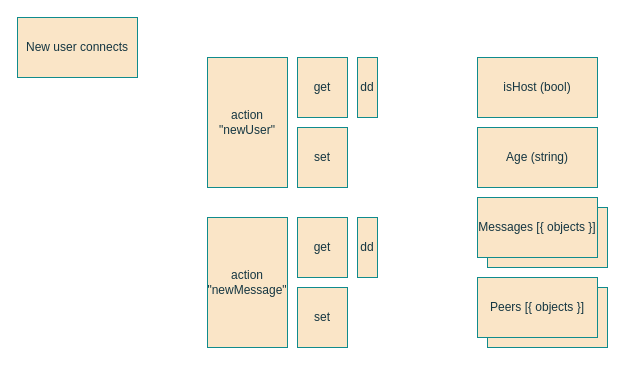
Above: dev/AstroChat.drawio in StinkyDubeau/dubeau-dot-org (draw.io), before the change. Source tidied: cells renumbered, new cells numbered last; positions are measured from the earlier drawing's top-left corner, leaving out a move shared by most shapes. Both pictures are drawn from the tidied source at 100%, with x=0, y=0 at pixel (17, 17).
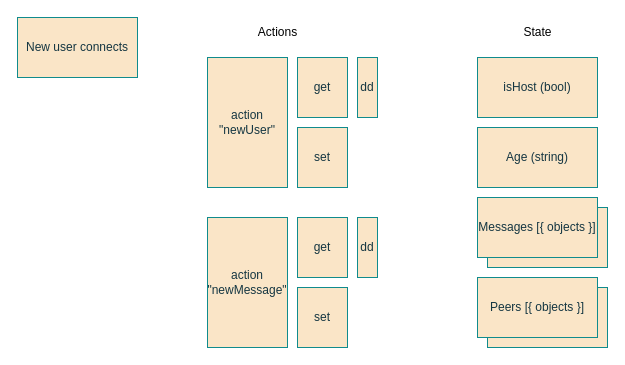
The same page after the edit.

Commit message (it also covers changes not shown here):
Define actions and state in drawio diagram and match in comments on chat.jsx

Diff of the diagram source:
```diff
@@
 <mxGraphModel>
   <root>
     <mxCell id="0" />
     <mxCell id="1" parent="0" />
     <mxCell id="2" value="&lt;div&gt;New user connects&lt;/div&gt;" style="whiteSpace=wrap;html=1;labelBackgroundColor=none;fillColor=#FAE5C7;strokeColor=#0F8B8D;fontColor=#143642;" parent="1" vertex="1">
       <mxGeometry width="120" height="60" as="geometry" />
     </mxCell>
     <mxCell id="3" value="Age (string)" style="whiteSpace=wrap;html=1;labelBackgroundColor=none;fillColor=#FAE5C7;strokeColor=#0F8B8D;fontColor=#143642;" parent="1" vertex="1">
       <mxGeometry x="460" y="110" width="120" height="60" as="geometry" />
     </mxCell>
     <mxCell id="4" style="whiteSpace=wrap;html=1;labelBackgroundColor=none;fillColor=#FAE5C7;strokeColor=#0F8B8D;fontColor=#143642;" parent="1" vertex="1">
       <mxGeometry x="470" y="190" width="120" height="60" as="geometry" />
     </mxCell>
     <mxCell id="5" value="&lt;div&gt;Messages [{ objects }]&lt;/div&gt;" style="whiteSpace=wrap;html=1;labelBackgroundColor=none;fillColor=#FAE5C7;strokeColor=#0F8B8D;fontColor=#143642;" parent="1" vertex="1">
       <mxGeometry x="460" y="180" width="120" height="60" as="geometry" />
     </mxCell>
     <mxCell id="6" value="&lt;div&gt;isHost (bool)&lt;/div&gt;" style="whiteSpace=wrap;html=1;labelBackgroundColor=none;fillColor=#FAE5C7;strokeColor=#0F8B8D;fontColor=#143642;" parent="1" vertex="1">
       <mxGeometry x="460" y="40" width="120" height="60" as="geometry" />
     </mxCell>
     <mxCell id="7" value="&lt;div&gt;action&lt;/div&gt;&lt;div&gt;&quot;newMessage&quot;&lt;/div&gt;" style="whiteSpace=wrap;html=1;labelBackgroundColor=none;fillColor=#FAE5C7;strokeColor=#0F8B8D;fontColor=#143642;" parent="1" vertex="1">
       <mxGeometry x="190" y="200" width="80" height="130" as="geometry" />
     </mxCell>
     <mxCell id="8" value="get" style="whiteSpace=wrap;html=1;labelBackgroundColor=none;fillColor=#FAE5C7;strokeColor=#0F8B8D;fontColor=#143642;" parent="1" vertex="1">
       <mxGeometry x="280" y="200" width="50" height="60" as="geometry" />
     </mxCell>
     <mxCell id="9" value="set" style="whiteSpace=wrap;html=1;labelBackgroundColor=none;fillColor=#FAE5C7;strokeColor=#0F8B8D;fontColor=#143642;" parent="1" vertex="1">
       <mxGeometry x="280" y="270" width="50" height="60" as="geometry" />
     </mxCell>
     <mxCell id="10" value="&lt;div&gt;action&lt;/div&gt;&lt;div&gt;&quot;newUser&quot;&lt;/div&gt;" style="whiteSpace=wrap;html=1;labelBackgroundColor=none;fillColor=#FAE5C7;strokeColor=#0F8B8D;fontColor=#143642;" parent="1" vertex="1">
       <mxGeometry x="190" y="40" width="80" height="130" as="geometry" />
     </mxCell>
     <mxCell id="11" value="get" style="whiteSpace=wrap;html=1;labelBackgroundColor=none;fillColor=#FAE5C7;strokeColor=#0F8B8D;fontColor=#143642;" parent="1" vertex="1">
       <mxGeometry x="280" y="40" width="50" height="60" as="geometry" />
     </mxCell>
     <mxCell id="12" value="set" style="whiteSpace=wrap;html=1;labelBackgroundColor=none;fillColor=#FAE5C7;strokeColor=#0F8B8D;fontColor=#143642;" parent="1" vertex="1">
       <mxGeometry x="280" y="110" width="50" height="60" as="geometry" />
     </mxCell>
     <mxCell id="13" style="whiteSpace=wrap;html=1;labelBackgroundColor=none;fillColor=#FAE5C7;strokeColor=#0F8B8D;fontColor=#143642;" parent="1" vertex="1">
       <mxGeometry x="470" y="270" width="120" height="60" as="geometry" />
     </mxCell>
     <mxCell id="14" value="&lt;div&gt;Peers [{ objects }]&lt;/div&gt;" style="whiteSpace=wrap;html=1;labelBackgroundColor=none;fillColor=#FAE5C7;strokeColor=#0F8B8D;fontColor=#143642;" parent="1" vertex="1">
       <mxGeometry x="460" y="260" width="120" height="60" as="geometry" />
     </mxCell>
     <mxCell id="15" value="dd" style="whiteSpace=wrap;html=1;labelBackgroundColor=none;fillColor=#FAE5C7;strokeColor=#0F8B8D;fontColor=#143642;" parent="1" vertex="1">
       <mxGeometry x="340" y="40" width="20" height="60" as="geometry" />
     </mxCell>
     <mxCell id="16" value="dd" style="whiteSpace=wrap;html=1;labelBackgroundColor=none;fillColor=#FAE5C7;strokeColor=#0F8B8D;fontColor=#143642;" parent="1" vertex="1">
       <mxGeometry x="340" y="200" width="20" height="60" as="geometry" />
     </mxCell>
+    <mxCell id="17" value="Actions" style="text;html=1;align=center;verticalAlign=middle;strokeColor=none;fillColor=none;" parent="1" vertex="1">
+      <mxGeometry x="230" width="60" height="30" as="geometry" />
+    </mxCell>
+    <mxCell id="18" value="State" style="text;html=1;align=center;verticalAlign=middle;strokeColor=none;fillColor=none;" parent="1" vertex="1">
+      <mxGeometry x="495" width="50" height="30" as="geometry" />
+    </mxCell>
   </root>
 </mxGraphModel>
```
